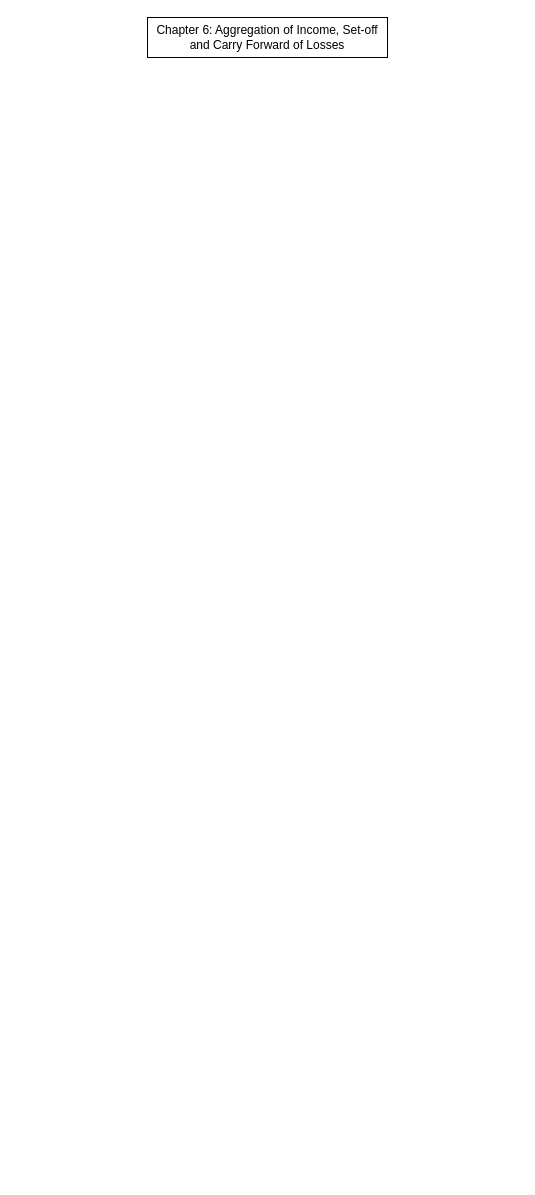
Above: C6: Aggregation of Income, Set-off and Carry Forward of Losses.drawio in ShamanthMurali/INT-Tax_DT (draw.io), before the change. Source tidied: cells renumbered, new cells numbered last; positions are measured from the earlier drawing's top-left corner, leaving out a move shared by most shapes. Both pictures are drawn from the tidied source at 100%, with x=0, y=0 at pixel (147, 17).
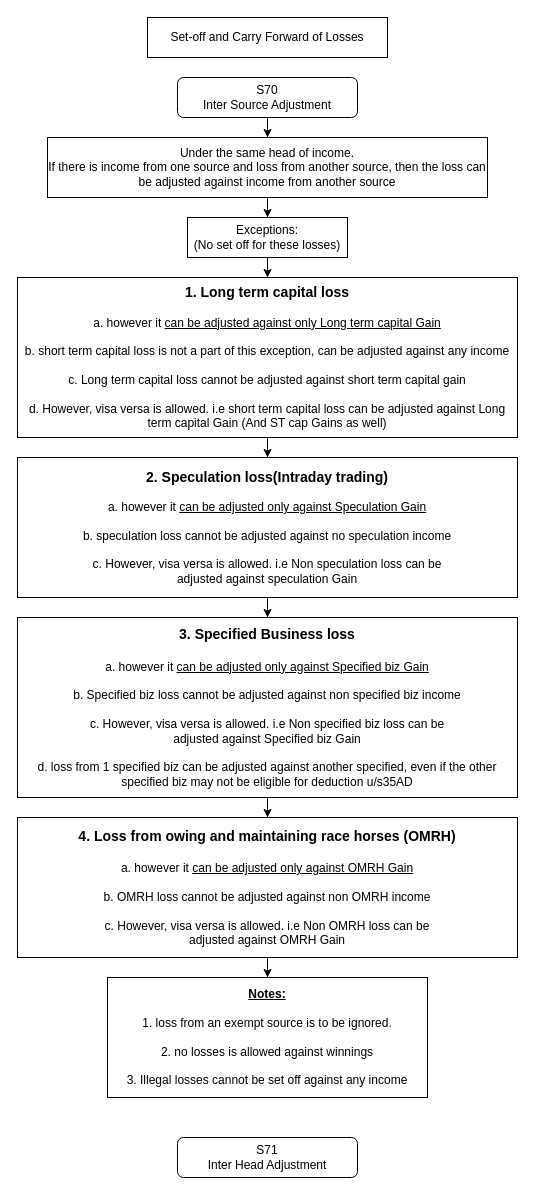
The same diagram, later.

The edit, as a diff of the source:
```diff
@@
 <mxGraphModel>
   <root>
     <mxCell id="0" />
     <mxCell id="1" parent="0" />
-    <mxCell id="2" value="Chapter 6: Aggregation of Income, Set-off and Carry Forward of Losses" style="rounded=0;whiteSpace=wrap;html=1;" parent="1" vertex="1">
+    <mxCell id="2" value="Set-off and Carry Forward of Losses" style="rounded=0;whiteSpace=wrap;html=1;" parent="1" vertex="1">
       <mxGeometry width="240" height="40" as="geometry" />
     </mxCell>
+    <mxCell id="3" style="edgeStyle=orthogonalEdgeStyle;rounded=0;jettySize=auto;html=1;" parent="1" edge="1" source="4" target="6">
+      <mxGeometry relative="1" as="geometry" />
+    </mxCell>
+    <mxCell id="4" value="&lt;div&gt;S70 &lt;br&gt;&lt;/div&gt;&lt;div&gt;Inter Source Adjustment&lt;/div&gt;" style="rounded=1;whiteSpace=wrap;html=1;" parent="1" vertex="1">
+      <mxGeometry x="30" y="60" width="180" height="40" as="geometry" />
+    </mxCell>
+    <mxCell id="5" style="edgeStyle=orthogonalEdgeStyle;rounded=0;jettySize=auto;html=1;" parent="1" edge="1" source="6" target="8">
+      <mxGeometry relative="1" as="geometry" />
+    </mxCell>
+    <mxCell id="6" value="&lt;div&gt;Under the same head of income.&lt;/div&gt;&lt;div&gt;If there is income from one source and loss from another source, then the loss can be adjusted against income from another source&lt;br&gt;&lt;/div&gt;" style="rounded=0;whiteSpace=wrap;html=1;" parent="1" vertex="1">
+      <mxGeometry x="-100" y="120" width="440" height="60" as="geometry" />
+    </mxCell>
+    <mxCell id="7" style="edgeStyle=orthogonalEdgeStyle;rounded=0;jettySize=auto;html=1;" parent="1" edge="1" source="8" target="10">
+      <mxGeometry relative="1" as="geometry" />
+    </mxCell>
+    <mxCell id="8" value="&lt;div&gt;Exceptions:&lt;/div&gt;&lt;div&gt;(No set off for these losses)&lt;/div&gt;" style="rounded=0;whiteSpace=wrap;html=1;" parent="1" vertex="1">
+      <mxGeometry x="40" y="200" width="160" height="40" as="geometry" />
+    </mxCell>
+    <mxCell id="9" style="edgeStyle=orthogonalEdgeStyle;rounded=0;jettySize=auto;html=1;" parent="1" edge="1" source="10" target="12">
+      <mxGeometry relative="1" as="geometry" />
+    </mxCell>
+    <mxCell id="10" value="&lt;div&gt;&lt;font style=&quot;font-size: 14px&quot;&gt;&lt;b&gt;1. Long term capital loss&lt;/b&gt;&lt;/font&gt;&lt;/div&gt;&lt;div&gt;&lt;br&gt;&lt;/div&gt;&lt;div&gt;a. however it &lt;u&gt;can be adjusted against only Long term capital Gain&lt;/u&gt;&lt;/div&gt;&lt;div&gt;&lt;br&gt;&lt;/div&gt;&lt;div&gt;b. short term capital loss is not a part of this exception, can be adjusted against any income&lt;/div&gt;&lt;div&gt;&lt;br&gt;&lt;/div&gt;&lt;div&gt;c. Long term capital loss cannot be adjusted against short term capital gain&lt;/div&gt;&lt;div&gt;&lt;br&gt;&lt;/div&gt;&lt;div&gt;d. However, visa versa is allowed. i.e short term capital loss can be adjusted against Long term capital Gain (And ST cap Gains as well)&lt;/div&gt;" style="rounded=0;whiteSpace=wrap;html=1;" parent="1" vertex="1">
+      <mxGeometry x="-130" y="260" width="500" height="160" as="geometry" />
+    </mxCell>
+    <mxCell id="11" style="edgeStyle=orthogonalEdgeStyle;rounded=0;jettySize=auto;html=1;" parent="1" edge="1" source="12" target="14">
+      <mxGeometry relative="1" as="geometry" />
+    </mxCell>
+    <mxCell id="12" value="&lt;div&gt;&lt;font style=&quot;font-size: 14px&quot;&gt;&lt;b&gt;2. Speculation loss(Intraday trading)&lt;br&gt;&lt;/b&gt;&lt;/font&gt;&lt;/div&gt;&lt;div&gt;&lt;br&gt;&lt;/div&gt;&lt;div&gt;a. however it &lt;u&gt;can be adjusted &lt;/u&gt;&lt;u&gt;&lt;u&gt;only &lt;/u&gt;against Speculation Gain&lt;/u&gt;&lt;/div&gt;&lt;div&gt;&lt;br&gt;&lt;/div&gt;&lt;div&gt;b. speculation loss cannot be adjusted against no speculation income&lt;/div&gt;&lt;div&gt;&lt;br&gt;&lt;/div&gt;&lt;div&gt;c. However, visa versa is allowed. i.e Non speculation loss can be &lt;br/&gt;adjusted against speculation Gain&lt;br&gt;&lt;/div&gt;" style="rounded=0;whiteSpace=wrap;html=1;" parent="1" vertex="1">
+      <mxGeometry x="-130" y="440" width="500" height="140" as="geometry" />
+    </mxCell>
+    <mxCell id="13" style="edgeStyle=orthogonalEdgeStyle;rounded=0;jettySize=auto;html=1;entryX=0.5;entryY=0;entryDx=0;entryDy=0;" parent="1" edge="1" source="14" target="16">
+      <mxGeometry relative="1" as="geometry" />
+    </mxCell>
+    <mxCell id="14" value="&lt;div&gt;&lt;font style=&quot;font-size: 14px&quot;&gt;&lt;b&gt;&lt;font style=&quot;font-size: 14px&quot;&gt;3. Specified Business loss&lt;/font&gt;&lt;br&gt;&lt;/b&gt;&lt;/font&gt;&lt;/div&gt;&lt;div&gt;&lt;font style=&quot;font-size: 14px&quot;&gt;&lt;b&gt;&lt;br&gt;&lt;/b&gt;&lt;/font&gt;&lt;/div&gt;&lt;div&gt;a. however it &lt;u&gt;can be adjusted &lt;/u&gt;&lt;u&gt;&lt;u&gt;only &lt;/u&gt;against Specified biz Gain&lt;/u&gt;&lt;/div&gt;&lt;div&gt;&lt;br&gt;&lt;/div&gt;&lt;div&gt;b. Specified biz loss cannot be adjusted against non specified biz income&lt;/div&gt;&lt;div&gt;&lt;br&gt;&lt;/div&gt;&lt;div&gt;c. However, visa versa is allowed. i.e Non specified biz loss can be &lt;br&gt;adjusted against Specified biz Gain&lt;/div&gt;&lt;div&gt;&lt;br&gt;&lt;/div&gt;&lt;div&gt;d. loss from 1 specified biz can be adjusted against another specified, even if the other specified biz may not be eligible for deduction u/s35AD&lt;br&gt;&lt;/div&gt;" style="rounded=0;whiteSpace=wrap;html=1;" parent="1" vertex="1">
+      <mxGeometry x="-130" y="600" width="500" height="180" as="geometry" />
+    </mxCell>
+    <mxCell id="15" style="edgeStyle=orthogonalEdgeStyle;rounded=0;jettySize=auto;html=1;" parent="1" edge="1" source="16" target="17">
+      <mxGeometry relative="1" as="geometry" />
+    </mxCell>
+    <mxCell id="16" value="&lt;div&gt;&lt;font style=&quot;font-size: 14px&quot;&gt;&lt;b&gt;4. Loss from owing and maintaining race horses (OMRH)&lt;/b&gt;&lt;/font&gt;&lt;/div&gt;&lt;div&gt;&lt;font style=&quot;font-size: 14px&quot;&gt;&lt;b&gt;&lt;br&gt;&lt;/b&gt;&lt;/font&gt;&lt;/div&gt;&lt;div&gt;a. however it &lt;u&gt;can be adjusted &lt;/u&gt;&lt;u&gt;&lt;u&gt;only &lt;/u&gt;against OMRH Gain&lt;/u&gt;&lt;/div&gt;&lt;div&gt;&lt;br&gt;&lt;/div&gt;&lt;div&gt;b. OMRH loss cannot be adjusted against non OMRH income&lt;/div&gt;&lt;div&gt;&lt;br&gt;&lt;/div&gt;&lt;div&gt;c. However, visa versa is allowed. i.e Non OMRH loss can be &lt;br&gt;adjusted against OMRH Gain&lt;br&gt;&lt;/div&gt;" style="rounded=0;whiteSpace=wrap;html=1;" parent="1" vertex="1">
+      <mxGeometry x="-130" y="800" width="500" height="140" as="geometry" />
+    </mxCell>
+    <mxCell id="17" value="&lt;div&gt;&lt;u&gt;&lt;b&gt;Notes:&lt;/b&gt;&lt;/u&gt;&lt;/div&gt;&lt;div&gt;&lt;br&gt;&lt;/div&gt;&lt;div&gt;1. loss from an exempt source is to be ignored.&lt;/div&gt;&lt;div&gt;&lt;br&gt;&lt;/div&gt;&lt;div&gt;2. no losses is allowed against winnings&lt;br&gt;&lt;/div&gt;&lt;div&gt;&lt;br&gt;&lt;/div&gt;&lt;div&gt;3. Illegal losses cannot be set off against any income&lt;br&gt;&lt;/div&gt;" style="rounded=0;whiteSpace=wrap;html=1;" parent="1" vertex="1">
+      <mxGeometry x="-40" y="960" width="320" height="120" as="geometry" />
+    </mxCell>
+    <mxCell id="18" value="&lt;div&gt;S71&lt;br&gt;&lt;/div&gt;&lt;div&gt;Inter Head Adjustment&lt;/div&gt;" style="rounded=1;whiteSpace=wrap;html=1;" parent="1" vertex="1">
+      <mxGeometry x="30" y="1120" width="180" height="40" as="geometry" />
+    </mxCell>
   </root>
 </mxGraphModel>
```
